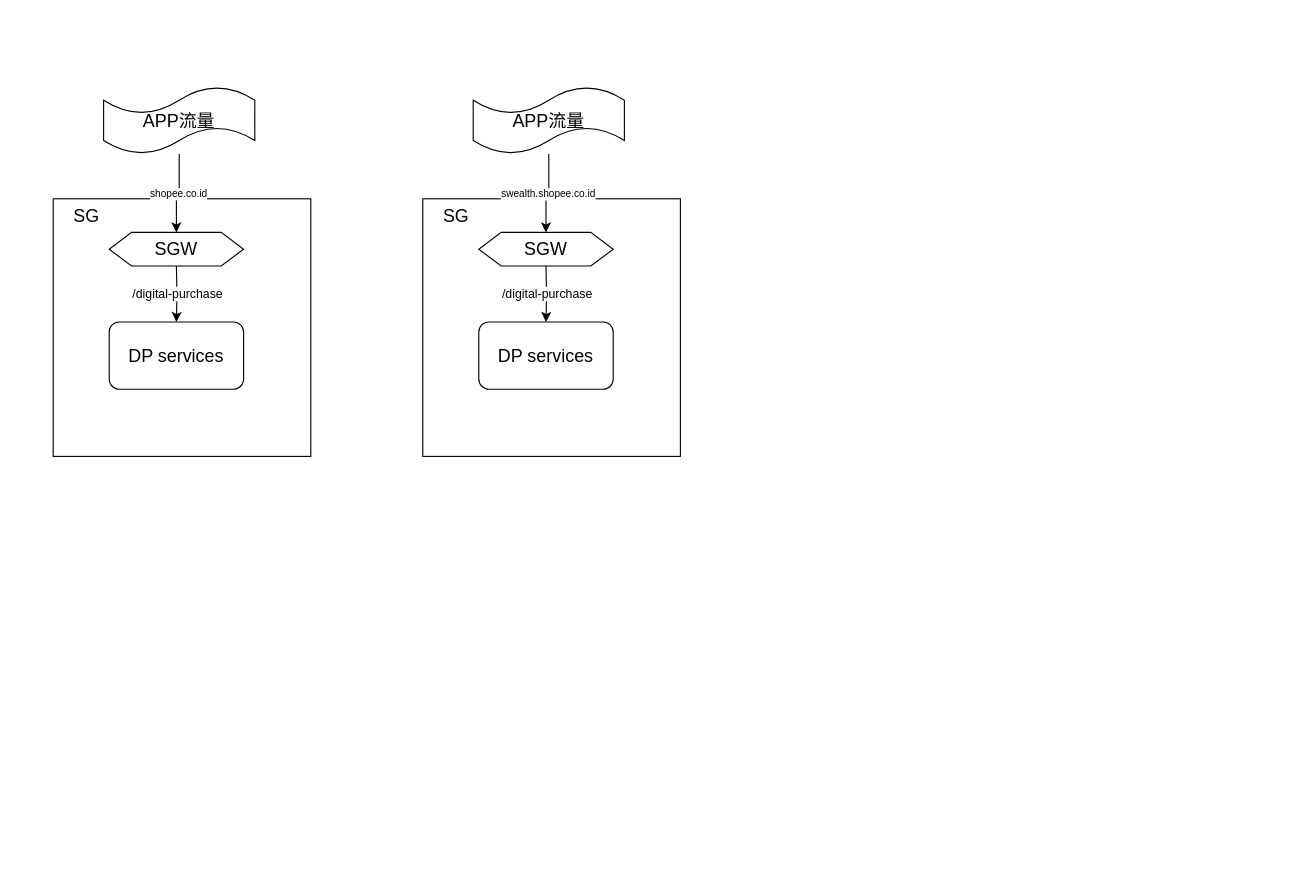
The draw.io diagram Untitled Diagram.drawio in DonnieLe/MyDocs, before the edit. Source tidied: cells renumbered, new cells numbered last; positions are measured from the earlier drawing's top-left corner, leaving out a move shared by most shapes. Both pictures are drawn from the tidied source at 112%, with x=0, y=0 at pixel (53, 86).
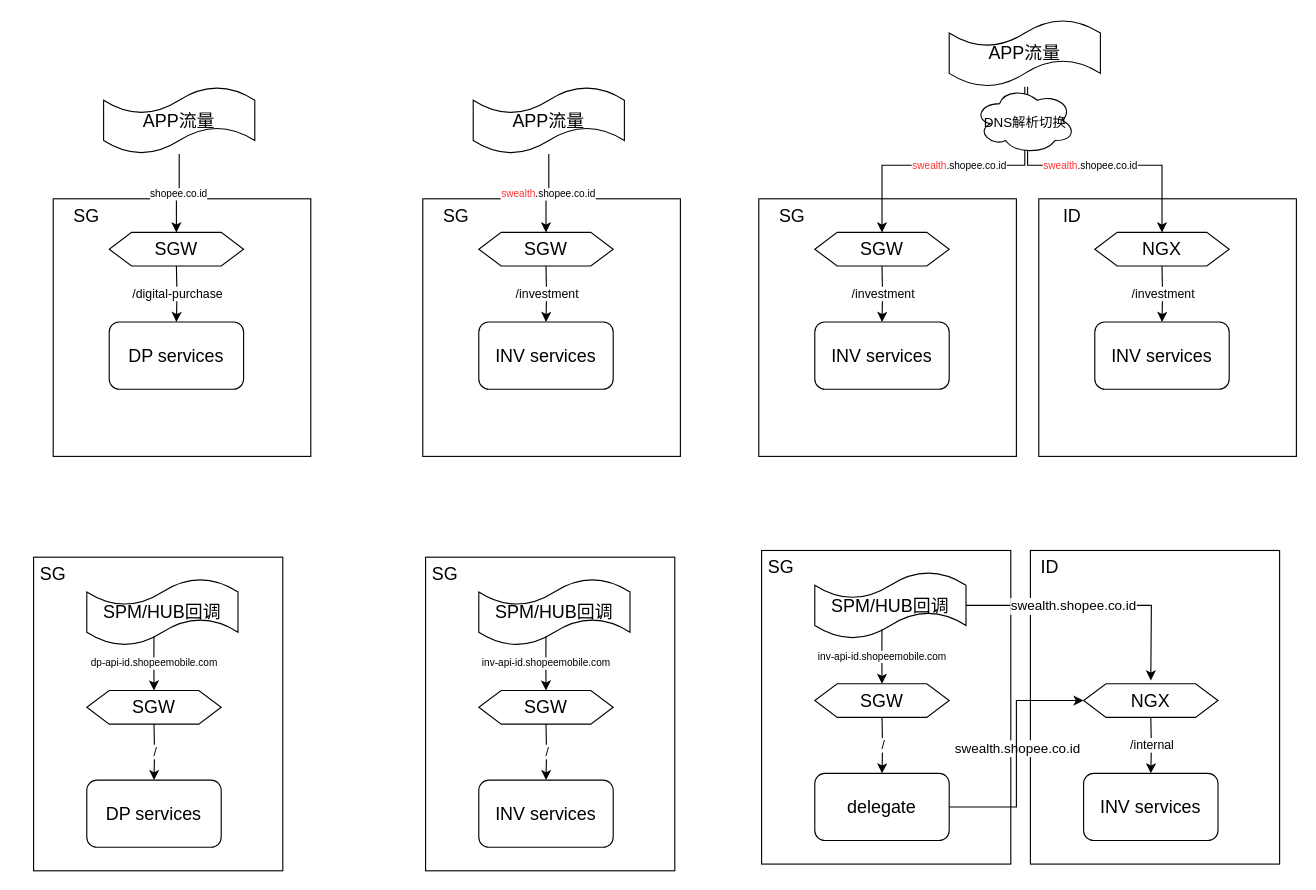
The same diagram, later.

The change refers to these unchanged cells:
```xml
<mxCell id="15" style="endArrow=classic;html=1;rounded=0;edgeStyle=orthogonalEdgeStyle;entryX=0.5;entryY=0;entryDx=0;entryDy=0;" parent="1" edge="1" source="11" target="14">
  <mxGeometry relative="1" as="geometry" />
</mxCell>
<mxCell id="18" style="endArrow=classic;html=1;rounded=0;edgeStyle=orthogonalEdgeStyle;" parent="1" edge="1" target="17">
  <mxGeometry relative="1" as="geometry">
    <mxPoint x="440" y="160" as="sourcePoint" />
  </mxGeometry>
</mxCell>
```

What changed in the source:
```diff
@@
+    <mxCell id="20" style="rounded=0;whiteSpace=wrap;html=1;fontSize=12;fontColor=#000000;" parent="1" vertex="1">
+      <mxGeometry x="-17.5" y="420" width="222.5" height="280" as="geometry" />
+    </mxCell>
@@
-    <mxCell id="16" value="swealth.shopee.co.id" style="edgeLabel;html=1;align=center;verticalAlign=middle;fontStyle=0;fontSize=9;" parent="15" vertex="1">
+    <mxCell id="16" value="&lt;font color=&quot;#ff3333&quot;&gt;swealth&lt;/font&gt;.shopee.co.id" style="edgeLabel;html=1;align=center;verticalAlign=middle;fontStyle=0;fontSize=9;" parent="15" vertex="1">
       <mxGeometry relative="1" as="geometry" />
     </mxCell>
-    <mxCell id="17" value="DP services" style="rounded=1;whiteSpace=wrap;html=1;fontSize=16;" parent="1" vertex="1">
+    <mxCell id="17" value="INV services" style="rounded=1;whiteSpace=wrap;html=1;fontSize=16;" parent="1" vertex="1">
       <mxGeometry x="380" y="210" width="120" height="60" as="geometry" />
     </mxCell>
@@
-    <mxCell id="19" value="&lt;font style=&quot;font-size: 11px&quot;&gt;/digital-purchase&lt;/font&gt;" style="edgeLabel;html=1;align=center;verticalAlign=middle;fontStyle=0;fontSize=9;" parent="18" vertex="1">
+    <mxCell id="19" value="&lt;font style=&quot;font-size: 11px&quot;&gt;/investment&lt;/font&gt;" style="edgeLabel;html=1;align=center;verticalAlign=middle;fontStyle=0;fontSize=9;" parent="18" vertex="1">
       <mxGeometry relative="1" as="geometry" />
     </mxCell>
+    <mxCell id="21" value="APP流量" style="shape=tape;whiteSpace=wrap;html=1;fontSize=16;" parent="1" vertex="1">
+      <mxGeometry x="800" y="-60" width="135" height="60" as="geometry" />
+    </mxCell>
+    <mxCell id="22" style="whiteSpace=wrap;html=1;" parent="1" vertex="1">
+      <mxGeometry x="630" y="100" width="230" height="230" as="geometry" />
+    </mxCell>
+    <mxCell id="23" value="SG" style="text;html=1;strokeColor=none;fillColor=none;align=center;verticalAlign=middle;whiteSpace=wrap;rounded=0;fontSize=16;" parent="1" vertex="1">
+      <mxGeometry x="630" y="100" width="60" height="30" as="geometry" />
+    </mxCell>
+    <mxCell id="24" value="SGW" style="shape=hexagon;perimeter=hexagonPerimeter2;whiteSpace=wrap;html=1;fixedSize=1;fontSize=16;" parent="1" vertex="1">
+      <mxGeometry x="680" y="130" width="120" height="30" as="geometry" />
+    </mxCell>
+    <mxCell id="25" style="endArrow=classic;html=1;rounded=0;edgeStyle=orthogonalEdgeStyle;entryX=0.5;entryY=0;entryDx=0;entryDy=0;" parent="1" edge="1" source="21" target="24">
+      <mxGeometry relative="1" as="geometry">
+        <Array as="points">
+          <mxPoint x="868" y="70" />
+          <mxPoint x="740" y="70" />
+        </Array>
+      </mxGeometry>
+    </mxCell>
+    <mxCell id="26" value="&lt;font color=&quot;#ff3333&quot;&gt;swealth&lt;/font&gt;.shopee.co.id" style="edgeLabel;html=1;align=center;verticalAlign=middle;fontStyle=0;fontSize=9;" parent="25" vertex="1">
+      <mxGeometry relative="1" as="geometry" />
+    </mxCell>
+    <mxCell id="27" value="INV services" style="rounded=1;whiteSpace=wrap;html=1;fontSize=16;" parent="1" vertex="1">
+      <mxGeometry x="680" y="210" width="120" height="60" as="geometry" />
+    </mxCell>
+    <mxCell id="28" style="endArrow=classic;html=1;rounded=0;edgeStyle=orthogonalEdgeStyle;" parent="1" edge="1" target="27">
+      <mxGeometry relative="1" as="geometry">
+        <mxPoint x="740" y="160" as="sourcePoint" />
+      </mxGeometry>
+    </mxCell>
+    <mxCell id="29" value="&lt;font style=&quot;font-size: 11px&quot;&gt;/investment&lt;/font&gt;" style="edgeLabel;html=1;align=center;verticalAlign=middle;fontStyle=0;fontSize=9;" parent="28" vertex="1">
+      <mxGeometry relative="1" as="geometry" />
+    </mxCell>
+    <mxCell id="30" style="whiteSpace=wrap;html=1;" parent="1" vertex="1">
+      <mxGeometry x="880" y="100" width="230" height="230" as="geometry" />
+    </mxCell>
+    <mxCell id="31" value="ID" style="text;html=1;strokeColor=none;fillColor=none;align=center;verticalAlign=middle;whiteSpace=wrap;rounded=0;fontSize=16;" parent="1" vertex="1">
+      <mxGeometry x="880" y="100" width="60" height="30" as="geometry" />
+    </mxCell>
+    <mxCell id="32" value="NGX" style="shape=hexagon;perimeter=hexagonPerimeter2;whiteSpace=wrap;html=1;fixedSize=1;fontSize=16;" parent="1" vertex="1">
+      <mxGeometry x="930" y="130" width="120" height="30" as="geometry" />
+    </mxCell>
+    <mxCell id="33" value="INV services" style="rounded=1;whiteSpace=wrap;html=1;fontSize=16;" parent="1" vertex="1">
+      <mxGeometry x="930" y="210" width="120" height="60" as="geometry" />
+    </mxCell>
+    <mxCell id="34" style="endArrow=classic;html=1;rounded=0;edgeStyle=orthogonalEdgeStyle;" parent="1" edge="1" target="33">
+      <mxGeometry relative="1" as="geometry">
+        <mxPoint x="990" y="160" as="sourcePoint" />
+      </mxGeometry>
+    </mxCell>
+    <mxCell id="35" value="&lt;font style=&quot;font-size: 11px&quot;&gt;/investment&lt;/font&gt;" style="edgeLabel;html=1;align=center;verticalAlign=middle;fontStyle=0;fontSize=9;" parent="34" vertex="1">
+      <mxGeometry relative="1" as="geometry" />
+    </mxCell>
+    <mxCell id="36" style="endArrow=classic;html=1;rounded=0;edgeStyle=orthogonalEdgeStyle;" parent="1" edge="1" target="32">
+      <mxGeometry relative="1" as="geometry">
+        <mxPoint x="870" as="sourcePoint" />
+        <Array as="points">
+          <mxPoint x="870" y="70" />
+          <mxPoint x="990" y="70" />
+        </Array>
+      </mxGeometry>
+    </mxCell>
+    <mxCell id="37" value="&lt;font color=&quot;#ff3333&quot;&gt;swealth&lt;/font&gt;.shopee.co.id" style="edgeLabel;html=1;align=center;verticalAlign=middle;fontStyle=0;fontSize=9;" parent="36" vertex="1">
+      <mxGeometry relative="1" as="geometry" />
+    </mxCell>
+    <mxCell id="38" value="&lt;font style=&quot;font-size: 12px&quot; color=&quot;#000000&quot;&gt;DNS解析切换&lt;/font&gt;" style="ellipse;shape=cloud;whiteSpace=wrap;html=1;fontSize=16;fontColor=#FF3333;" parent="1" vertex="1">
+      <mxGeometry x="822.5" width="90" height="60" as="geometry" />
+    </mxCell>
+    <mxCell id="39" value="SPM/HUB回调" style="shape=tape;whiteSpace=wrap;html=1;fontSize=16;" parent="1" vertex="1">
+      <mxGeometry x="30" y="439" width="135" height="60" as="geometry" />
+    </mxCell>
+    <mxCell id="40" value="SG" style="text;html=1;strokeColor=none;fillColor=none;align=center;verticalAlign=middle;whiteSpace=wrap;rounded=0;fontSize=16;" parent="1" vertex="1">
+      <mxGeometry x="-30" y="420" width="60" height="30" as="geometry" />
+    </mxCell>
+    <mxCell id="41" value="SGW" style="shape=hexagon;perimeter=hexagonPerimeter2;whiteSpace=wrap;html=1;fixedSize=1;fontSize=16;" parent="1" vertex="1">
+      <mxGeometry x="30" y="539" width="120" height="30" as="geometry" />
+    </mxCell>
+    <mxCell id="42" style="endArrow=classic;html=1;rounded=0;edgeStyle=orthogonalEdgeStyle;entryX=0.5;entryY=0;entryDx=0;entryDy=0;exitX=0.444;exitY=0.856;exitDx=0;exitDy=0;exitPerimeter=0;" parent="1" edge="1" source="39" target="41">
+      <mxGeometry relative="1" as="geometry" />
+    </mxCell>
+    <mxCell id="43" value="dp-api-id.shopeemobile.com" style="edgeLabel;html=1;align=center;verticalAlign=middle;fontStyle=0;fontSize=9;" parent="42" vertex="1">
+      <mxGeometry relative="1" as="geometry" />
+    </mxCell>
+    <mxCell id="44" value="DP services" style="rounded=1;whiteSpace=wrap;html=1;fontSize=16;" parent="1" vertex="1">
+      <mxGeometry x="30" y="619" width="120" height="60" as="geometry" />
+    </mxCell>
+    <mxCell id="45" style="endArrow=classic;html=1;rounded=0;edgeStyle=orthogonalEdgeStyle;" parent="1" edge="1" target="44">
+      <mxGeometry relative="1" as="geometry">
+        <mxPoint x="90" y="569" as="sourcePoint" />
+      </mxGeometry>
+    </mxCell>
+    <mxCell id="46" value="&lt;font style=&quot;font-size: 11px&quot;&gt;/&lt;/font&gt;" style="edgeLabel;html=1;align=center;verticalAlign=middle;fontStyle=0;fontSize=9;" parent="45" vertex="1">
+      <mxGeometry relative="1" as="geometry" />
+    </mxCell>
+    <mxCell id="47" style="rounded=0;whiteSpace=wrap;html=1;fontSize=12;fontColor=#000000;" parent="1" vertex="1">
+      <mxGeometry x="332.5" y="420" width="222.5" height="280" as="geometry" />
+    </mxCell>
+    <mxCell id="48" value="SPM/HUB回调" style="shape=tape;whiteSpace=wrap;html=1;fontSize=16;" parent="1" vertex="1">
+      <mxGeometry x="380" y="439" width="135" height="60" as="geometry" />
+    </mxCell>
+    <mxCell id="49" value="SG" style="text;html=1;strokeColor=none;fillColor=none;align=center;verticalAlign=middle;whiteSpace=wrap;rounded=0;fontSize=16;" parent="1" vertex="1">
+      <mxGeometry x="320" y="420" width="60" height="30" as="geometry" />
+    </mxCell>
+    <mxCell id="50" value="SGW" style="shape=hexagon;perimeter=hexagonPerimeter2;whiteSpace=wrap;html=1;fixedSize=1;fontSize=16;" parent="1" vertex="1">
+      <mxGeometry x="380" y="539" width="120" height="30" as="geometry" />
+    </mxCell>
+    <mxCell id="51" style="endArrow=classic;html=1;rounded=0;edgeStyle=orthogonalEdgeStyle;entryX=0.5;entryY=0;entryDx=0;entryDy=0;exitX=0.444;exitY=0.856;exitDx=0;exitDy=0;exitPerimeter=0;" parent="1" edge="1" source="48" target="50">
+      <mxGeometry relative="1" as="geometry" />
+    </mxCell>
+    <mxCell id="52" value="inv-api-id.shopeemobile.com" style="edgeLabel;html=1;align=center;verticalAlign=middle;fontStyle=0;fontSize=9;" parent="51" vertex="1">
+      <mxGeometry relative="1" as="geometry" />
+    </mxCell>
+    <mxCell id="53" value="INV services" style="rounded=1;whiteSpace=wrap;html=1;fontSize=16;" parent="1" vertex="1">
+      <mxGeometry x="380" y="619" width="120" height="60" as="geometry" />
+    </mxCell>
+    <mxCell id="54" style="endArrow=classic;html=1;rounded=0;edgeStyle=orthogonalEdgeStyle;" parent="1" edge="1" target="53">
+      <mxGeometry relative="1" as="geometry">
+        <mxPoint x="440" y="569" as="sourcePoint" />
+      </mxGeometry>
+    </mxCell>
+    <mxCell id="55" value="&lt;font style=&quot;font-size: 11px&quot;&gt;/&lt;/font&gt;" style="edgeLabel;html=1;align=center;verticalAlign=middle;fontStyle=0;fontSize=9;" parent="54" vertex="1">
+      <mxGeometry relative="1" as="geometry" />
+    </mxCell>
+    <mxCell id="56" style="rounded=0;whiteSpace=wrap;html=1;fontSize=12;fontColor=#000000;" parent="1" vertex="1">
+      <mxGeometry x="632.5" y="414" width="222.5" height="280" as="geometry" />
+    </mxCell>
+    <mxCell id="57" value="SPM/HUB回调" style="shape=tape;whiteSpace=wrap;html=1;fontSize=16;" parent="1" vertex="1">
+      <mxGeometry x="680" y="433" width="135" height="60" as="geometry" />
+    </mxCell>
+    <mxCell id="58" value="SG" style="text;html=1;strokeColor=none;fillColor=none;align=center;verticalAlign=middle;whiteSpace=wrap;rounded=0;fontSize=16;" parent="1" vertex="1">
+      <mxGeometry x="620" y="414" width="60" height="30" as="geometry" />
+    </mxCell>
+    <mxCell id="59" value="SGW" style="shape=hexagon;perimeter=hexagonPerimeter2;whiteSpace=wrap;html=1;fixedSize=1;fontSize=16;" parent="1" vertex="1">
+      <mxGeometry x="680" y="533" width="120" height="30" as="geometry" />
+    </mxCell>
+    <mxCell id="60" style="endArrow=classic;html=1;rounded=0;edgeStyle=orthogonalEdgeStyle;entryX=0.5;entryY=0;entryDx=0;entryDy=0;exitX=0.444;exitY=0.856;exitDx=0;exitDy=0;exitPerimeter=0;" parent="1" edge="1" source="57" target="59">
+      <mxGeometry relative="1" as="geometry" />
+    </mxCell>
+    <mxCell id="61" value="inv-api-id.shopeemobile.com" style="edgeLabel;html=1;align=center;verticalAlign=middle;fontStyle=0;fontSize=9;" parent="60" vertex="1">
+      <mxGeometry relative="1" as="geometry" />
+    </mxCell>
+    <mxCell id="62" value="delegate" style="rounded=1;whiteSpace=wrap;html=1;fontSize=16;" parent="1" vertex="1">
+      <mxGeometry x="680" y="613" width="120" height="60" as="geometry" />
+    </mxCell>
+    <mxCell id="63" style="endArrow=classic;html=1;rounded=0;edgeStyle=orthogonalEdgeStyle;" parent="1" edge="1" target="62">
+      <mxGeometry relative="1" as="geometry">
+        <mxPoint x="740" y="563" as="sourcePoint" />
+      </mxGeometry>
+    </mxCell>
+    <mxCell id="64" value="&lt;font style=&quot;font-size: 11px&quot;&gt;/&lt;/font&gt;" style="edgeLabel;html=1;align=center;verticalAlign=middle;fontStyle=0;fontSize=9;" parent="63" vertex="1">
+      <mxGeometry relative="1" as="geometry" />
+    </mxCell>
+    <mxCell id="65" style="rounded=0;whiteSpace=wrap;html=1;fontSize=12;fontColor=#000000;" parent="1" vertex="1">
+      <mxGeometry x="872.5" y="414" width="222.5" height="280" as="geometry" />
+    </mxCell>
+    <mxCell id="66" value="ID" style="text;html=1;strokeColor=none;fillColor=none;align=center;verticalAlign=middle;whiteSpace=wrap;rounded=0;fontSize=16;" parent="1" vertex="1">
+      <mxGeometry x="860" y="414" width="60" height="30" as="geometry" />
+    </mxCell>
+    <mxCell id="67" value="NGX" style="shape=hexagon;perimeter=hexagonPerimeter2;whiteSpace=wrap;html=1;fixedSize=1;fontSize=16;" parent="1" vertex="1">
+      <mxGeometry x="920" y="533" width="120" height="30" as="geometry" />
+    </mxCell>
+    <mxCell id="68" value="INV services" style="rounded=1;whiteSpace=wrap;html=1;fontSize=16;" parent="1" vertex="1">
+      <mxGeometry x="920" y="613" width="120" height="60" as="geometry" />
+    </mxCell>
+    <mxCell id="69" style="endArrow=classic;html=1;rounded=0;edgeStyle=orthogonalEdgeStyle;" parent="1" edge="1" target="68">
+      <mxGeometry relative="1" as="geometry">
+        <mxPoint x="980" y="563" as="sourcePoint" />
+      </mxGeometry>
+    </mxCell>
+    <mxCell id="70" value="&lt;font style=&quot;font-size: 11px&quot;&gt;/internal&lt;/font&gt;" style="edgeLabel;html=1;align=center;verticalAlign=middle;fontStyle=0;fontSize=9;" parent="69" vertex="1">
+      <mxGeometry relative="1" as="geometry" />
+    </mxCell>
+    <mxCell id="71" style="edgeStyle=orthogonalEdgeStyle;rounded=0;jettySize=auto;html=1;fontSize=12;fontColor=#000000;" parent="1" edge="1" source="57">
+      <mxGeometry relative="1" as="geometry">
+        <mxPoint x="980" y="530" as="targetPoint" />
+      </mxGeometry>
+    </mxCell>
+    <mxCell id="72" value="swealth.shopee.co.id" style="edgeLabel;html=1;align=center;verticalAlign=middle;fontSize=12;fontColor=#000000;" parent="71" vertex="1">
+      <mxGeometry x="-0.6" y="1" relative="1" as="geometry">
+        <mxPoint x="48" y="1" as="offset" />
+      </mxGeometry>
+    </mxCell>
+    <mxCell id="73" value="swealth.shopee.co.id" style="edgeLabel;html=1;align=center;verticalAlign=middle;fontSize=12;fontColor=#000000;" parent="1" vertex="1">
+      <mxGeometry x="860" y="590" as="geometry" />
+    </mxCell>
+    <mxCell id="74" style="edgeStyle=orthogonalEdgeStyle;rounded=0;jettySize=auto;html=1;entryX=0;entryY=0.5;entryDx=0;entryDy=0;fontSize=12;fontColor=#000000;" parent="1" edge="1" source="62" target="67">
+      <mxGeometry relative="1" as="geometry" />
+    </mxCell>
```
